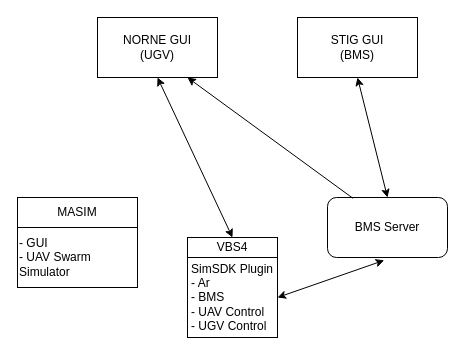
Above: lsl-figur.drawio in havard-ffi/laughing-potato (draw.io), before the change. Source tidied: cells renumbered, new cells numbered last; positions are measured from the earlier drawing's top-left corner, leaving out a move shared by most shapes. Both pictures are drawn from the tidied source at 100%, with x=0, y=0 at pixel (17, 17).
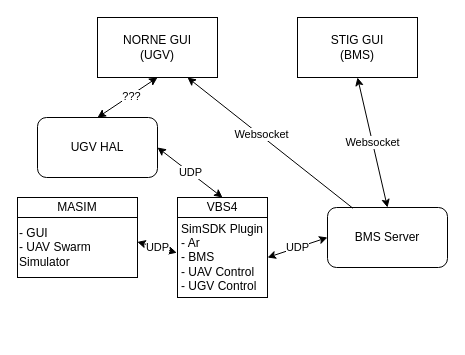
The same page after the edit.

Change to the diagram source:
```diff
@@
 <mxGraphModel>
   <root>
     <mxCell id="0" />
     <mxCell id="1" parent="0" />
     <mxCell id="2" value="VBS4" style="whiteSpace=wrap;html=1;imageAspect=1;" parent="1" vertex="1">
-      <mxGeometry x="170" y="220" width="90" height="20" as="geometry" />
+      <mxGeometry x="160" y="180" width="90" height="20" as="geometry" />
     </mxCell>
     <mxCell id="3" value="&lt;div&gt;SimSDK Plugin&lt;br&gt;&lt;/div&gt;&lt;div align=&quot;left&quot;&gt;- Ar&lt;/div&gt;&lt;div align=&quot;left&quot;&gt;- BMS&lt;/div&gt;&lt;div align=&quot;left&quot;&gt;- UAV Control&lt;br&gt;- UGV Control&lt;br&gt;&lt;/div&gt;" style="whiteSpace=wrap;html=1;imageAspect=1;" parent="1" vertex="1">
-      <mxGeometry x="170" y="240" width="90" height="80" as="geometry" />
+      <mxGeometry x="160" y="200" width="90" height="80" as="geometry" />
     </mxCell>
     <mxCell id="4" value="BMS Server" style="rounded=1;whiteSpace=wrap;html=1;" parent="1" vertex="1">
-      <mxGeometry x="310" y="180" width="120" height="60" as="geometry" />
+      <mxGeometry x="310" y="190" width="120" height="60" as="geometry" />
     </mxCell>
     <mxCell id="5" value="&lt;div&gt;NORNE GUI&lt;/div&gt;&lt;div&gt;(UGV)&lt;br&gt;&lt;/div&gt;" style="rounded=0;whiteSpace=wrap;html=1;" parent="1" vertex="1">
       <mxGeometry x="80" width="120" height="60" as="geometry" />
     </mxCell>
     <mxCell id="6" value="MASIM" style="rounded=0;whiteSpace=wrap;html=1;" parent="1" vertex="1">
-      <mxGeometry y="180" width="120" height="30" as="geometry" />
+      <mxGeometry y="180" width="120" height="20" as="geometry" />
     </mxCell>
     <mxCell id="7" value="&lt;div&gt;STIG GUI&lt;/div&gt;&lt;div&gt;(BMS)&lt;br&gt;&lt;/div&gt;" style="rounded=0;whiteSpace=wrap;html=1;" parent="1" vertex="1">
       <mxGeometry x="280" width="120" height="60" as="geometry" />
     </mxCell>
-    <mxCell id="8" style="endArrow=classic;startArrow=classic;html=1;rounded=0;entryX=0.5;entryY=1;entryDx=0;entryDy=0;exitX=0.5;exitY=0;exitDx=0;exitDy=0;" parent="1" edge="1" source="4" target="7">
+    <mxCell id="8" value="Websocket" style="endArrow=classic;startArrow=classic;html=1;rounded=0;entryX=0.5;entryY=1;entryDx=0;entryDy=0;exitX=0.5;exitY=0;exitDx=0;exitDy=0;" parent="1" edge="1" source="4" target="7">
       <mxGeometry relative="1" as="geometry" />
     </mxCell>
-    <mxCell id="9" style="endArrow=classic;startArrow=classic;html=1;rounded=0;exitX=1;exitY=0.5;exitDx=0;exitDy=0;entryX=0.472;entryY=1.047;entryDx=0;entryDy=0;entryPerimeter=0;" parent="1" edge="1" source="3" target="4">
+    <mxCell id="9" value="UDP" style="endArrow=classic;startArrow=classic;html=1;rounded=0;exitX=1;exitY=0.5;exitDx=0;exitDy=0;entryX=0;entryY=0.5;entryDx=0;entryDy=0;" parent="1" edge="1" source="3" target="4">
       <mxGeometry relative="1" as="geometry" />
     </mxCell>
     <mxCell id="10" style="endArrow=classic;html=1;rounded=0;exitX=0.212;exitY=0.013;exitDx=0;exitDy=0;exitPerimeter=0;entryX=0.75;entryY=1;entryDx=0;entryDy=0;" parent="1" edge="1" source="4" target="5">
       <mxGeometry relative="1" as="geometry" />
     </mxCell>
+    <mxCell id="13" value="Websocket" style="edgeLabel;html=1;align=center;verticalAlign=middle;" parent="10" vertex="1">
+      <mxGeometry x="0.12" y="-1" relative="1" as="geometry" />
+    </mxCell>
-    <mxCell id="11" style="endArrow=classic;startArrow=classic;html=1;rounded=0;entryX=0.5;entryY=1;entryDx=0;entryDy=0;exitX=0.5;exitY=0;exitDx=0;exitDy=0;" parent="1" edge="1" source="2" target="5">
+    <mxCell id="11" value="UDP" style="endArrow=classic;startArrow=classic;html=1;rounded=0;exitX=0.5;exitY=0;exitDx=0;exitDy=0;entryX=1;entryY=0.5;entryDx=0;entryDy=0;" parent="1" edge="1" source="2" target="15">
       <mxGeometry relative="1" as="geometry" />
     </mxCell>
     <mxCell id="12" value="&lt;div&gt;- GUI&lt;/div&gt;&lt;div&gt;- UAV Swarm Simulator&lt;/div&gt;" style="rounded=0;whiteSpace=wrap;html=1;align=left;" parent="1" vertex="1">
-      <mxGeometry y="210" width="120" height="60" as="geometry" />
+      <mxGeometry y="200" width="120" height="60" as="geometry" />
     </mxCell>
+    <mxCell id="14" value="UDP" style="endArrow=classic;startArrow=classic;html=1;rounded=0;exitX=0.998;exitY=0.407;exitDx=0;exitDy=0;exitPerimeter=0;entryX=-0.007;entryY=0.44;entryDx=0;entryDy=0;entryPerimeter=0;" parent="1" edge="1" source="12" target="3">
+      <mxGeometry relative="1" as="geometry" />
+    </mxCell>
+    <mxCell id="15" value="UGV HAL" style="rounded=1;whiteSpace=wrap;html=1;" parent="1" vertex="1">
+      <mxGeometry x="20" y="100" width="120" height="60" as="geometry" />
+    </mxCell>
+    <mxCell id="16" style="endArrow=classic;startArrow=classic;html=1;rounded=0;entryX=0.5;entryY=1;entryDx=0;entryDy=0;exitX=0.5;exitY=0;exitDx=0;exitDy=0;" parent="1" edge="1" source="15" target="5">
+      <mxGeometry relative="1" as="geometry" />
+    </mxCell>
+    <mxCell id="17" value="&lt;div&gt;???&lt;/div&gt;" style="edgeLabel;html=1;align=center;verticalAlign=middle;" parent="16" vertex="1">
+      <mxGeometry x="0.1" y="-1" relative="1" as="geometry" />
+    </mxCell>
   </root>
 </mxGraphModel>
```
